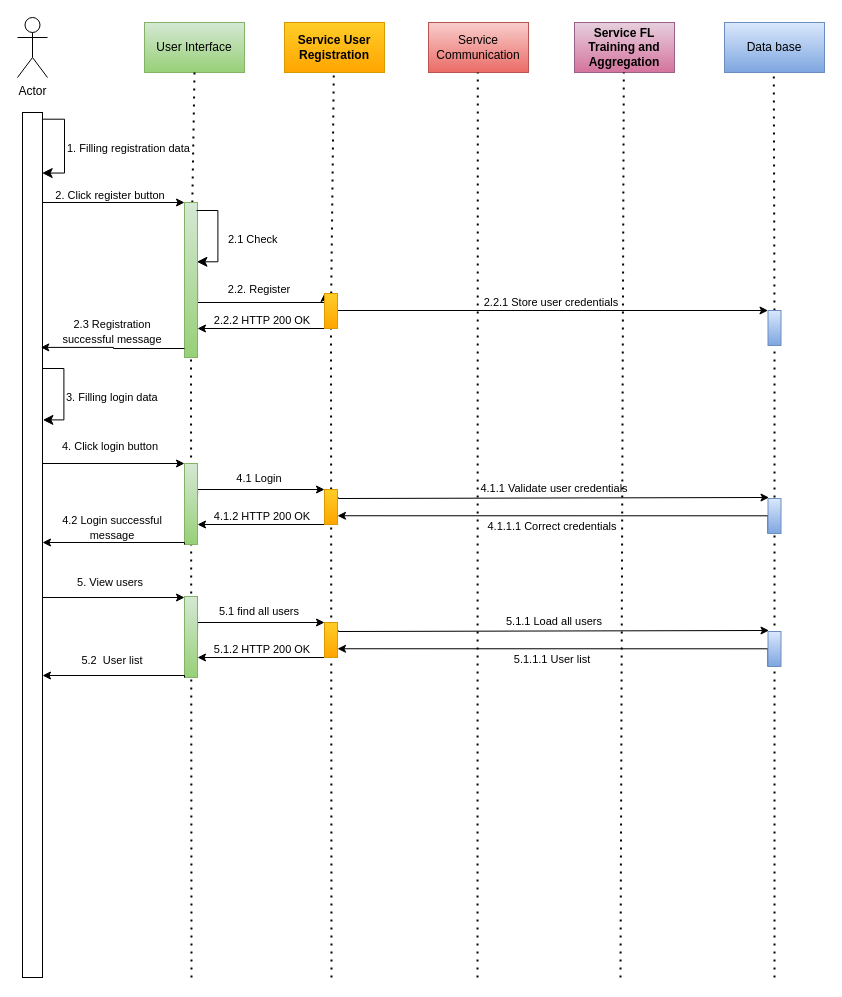
Above: Thesis/Process View.drawio in anandanlk/Drawings (draw.io), before the change. Source tidied: cells renumbered, new cells numbered last; positions are measured from the earlier drawing's top-left corner, leaving out a move shared by most shapes. Both pictures are drawn from the tidied source at 100%, with x=0, y=0 at pixel (17, 17).
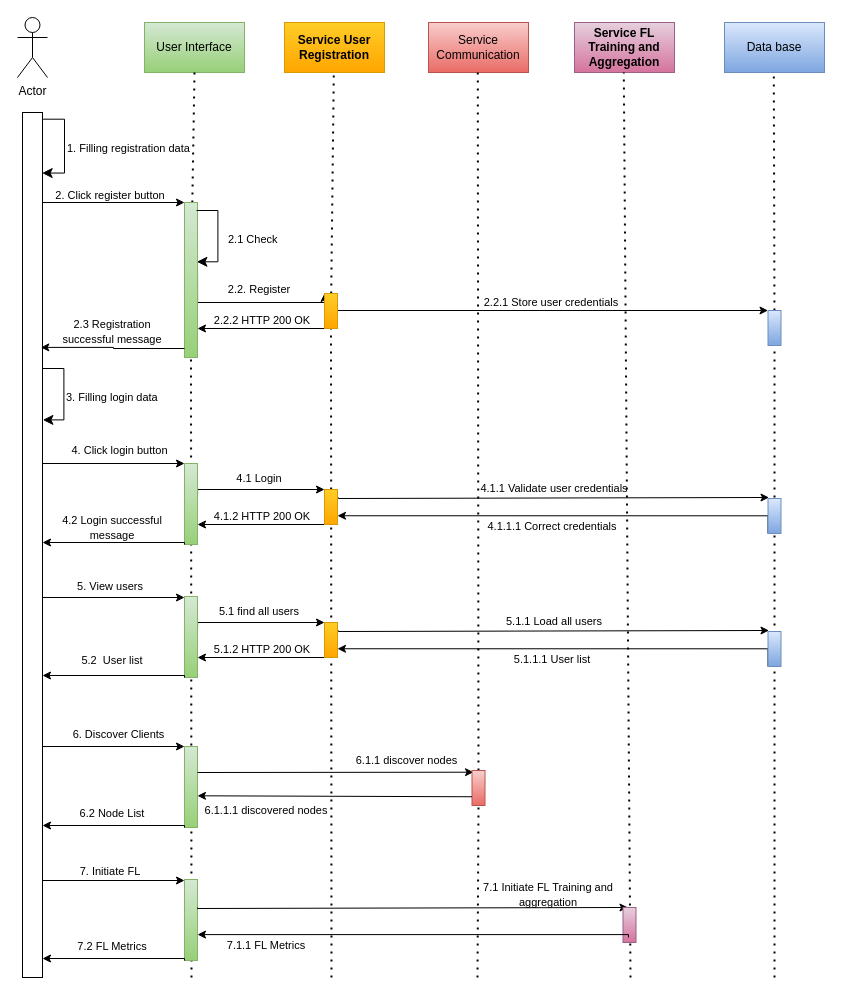
Above is the later version.

The edit, as a diff of the source:
```diff
@@
-    <mxCell id="12" style="endArrow=none;dashed=1;html=1;dashPattern=1 3;strokeWidth=2;rounded=0;entryX=0.5;entryY=1;entryDx=0;entryDy=0;" parent="1" edge="1">
+    <mxCell id="12" style="endArrow=none;dashed=1;html=1;dashPattern=1 3;strokeWidth=2;rounded=0;entryX=0.5;entryY=1;entryDx=0;entryDy=0;" parent="1" edge="1" source="85">
       <mxGeometry relative="1" as="geometry">
-        <mxPoint x="460" y="960" as="sourcePoint" />
         <mxPoint x="460.3" y="55" as="targetPoint" />
       </mxGeometry>
     </mxCell>
     <mxCell id="13" style="endArrow=none;dashed=1;html=1;dashPattern=1 3;strokeWidth=2;rounded=0;entryX=0.5;entryY=1;entryDx=0;entryDy=0;" parent="1" edge="1">
       <mxGeometry relative="1" as="geometry">
-        <mxPoint x="603" y="960" as="sourcePoint" />
+        <mxPoint x="613" y="960" as="sourcePoint" />
         <mxPoint x="606.3" y="55" as="targetPoint" />
       </mxGeometry>
     </mxCell>
@@
     <mxCell id="37" value="&lt;font style=&quot;font-size: 11px;&quot;&gt;4. Click login button&lt;/font&gt;" style="text;html=1;align=center;verticalAlign=middle;whiteSpace=wrap;rounded=0;" parent="1" vertex="1">
-      <mxGeometry x="18" y="417" width="150" height="23" as="geometry" />
+      <mxGeometry x="45" y="421" width="115" height="23" as="geometry" />
     </mxCell>
@@
     <mxCell id="51" value="&lt;font style=&quot;font-size: 11px;&quot;&gt;5. View users&lt;/font&gt;" style="text;html=1;align=center;verticalAlign=middle;whiteSpace=wrap;rounded=0;" parent="1" vertex="1">
-      <mxGeometry x="18" y="550" width="150" height="30" as="geometry" />
+      <mxGeometry x="18" y="554" width="150" height="30" as="geometry" />
     </mxCell>
@@
+    <mxCell id="66" style="edgeStyle=orthogonalEdgeStyle;rounded=0;jettySize=auto;html=1;entryX=0;entryY=0;entryDx=0;entryDy=0;" parent="1" edge="1" target="68">
+      <mxGeometry relative="1" as="geometry">
+        <mxPoint x="25" y="729" as="sourcePoint" />
+        <Array as="points">
+          <mxPoint x="25" y="729" />
+        </Array>
+      </mxGeometry>
+    </mxCell>
+    <mxCell id="67" value="&lt;font style=&quot;font-size: 11px;&quot;&gt;6. Discover Clients&lt;/font&gt;" style="text;html=1;align=center;verticalAlign=middle;whiteSpace=wrap;rounded=0;" parent="1" vertex="1">
+      <mxGeometry x="44" y="705" width="115" height="23" as="geometry" />
+    </mxCell>
+    <mxCell id="68" style="rounded=0;whiteSpace=wrap;html=1;fillColor=#d5e8d4;gradientColor=#97d077;strokeColor=#82b366;" parent="1" vertex="1">
+      <mxGeometry x="167" y="729" width="13" height="81" as="geometry" />
+    </mxCell>
+    <mxCell id="69" style="edgeStyle=orthogonalEdgeStyle;rounded=0;orthogonalLoop=1;jettySize=auto;html=1;" parent="1" edge="1">
+      <mxGeometry relative="1" as="geometry">
+        <mxPoint x="180" y="755" as="sourcePoint" />
+        <mxPoint x="456" y="754.7" as="targetPoint" />
+        <Array as="points">
+          <mxPoint x="180" y="755" />
+        </Array>
+      </mxGeometry>
+    </mxCell>
+    <mxCell id="70" style="edgeStyle=orthogonalEdgeStyle;rounded=0;jettySize=auto;html=1;exitX=0;exitY=1;exitDx=0;exitDy=0;entryX=0.988;entryY=0.427;entryDx=0;entryDy=0;entryPerimeter=0;" parent="1" edge="1" source="68">
+      <mxGeometry relative="1" as="geometry">
+        <mxPoint x="25" y="808" as="targetPoint" />
+        <Array as="points">
+          <mxPoint x="167" y="808" />
+        </Array>
+      </mxGeometry>
+    </mxCell>
+    <mxCell id="71" value="&lt;font style=&quot;font-size: 11px;&quot;&gt;6.2 Node List&lt;/font&gt;" style="text;html=1;align=center;verticalAlign=middle;whiteSpace=wrap;rounded=0;" parent="1" vertex="1">
+      <mxGeometry x="40" y="781" width="110" height="30" as="geometry" />
+    </mxCell>
+    <mxCell id="72" value="&lt;font style=&quot;font-size: 11px;&quot;&gt;7. Initiate FL&lt;/font&gt;" style="text;html=1;align=center;verticalAlign=middle;whiteSpace=wrap;rounded=0;" parent="1" vertex="1">
+      <mxGeometry x="18" y="839" width="150" height="30" as="geometry" />
+    </mxCell>
+    <mxCell id="73" style="rounded=0;whiteSpace=wrap;html=1;fillColor=#d5e8d4;gradientColor=#97d077;strokeColor=#82b366;" parent="1" vertex="1">
+      <mxGeometry x="167" y="862" width="13" height="81" as="geometry" />
+    </mxCell>
+    <mxCell id="74" style="edgeStyle=orthogonalEdgeStyle;rounded=0;orthogonalLoop=1;jettySize=auto;html=1;entryX=0;entryY=0;entryDx=0;entryDy=0;" parent="1" edge="1">
+      <mxGeometry relative="1" as="geometry">
+        <mxPoint x="180" y="890" as="sourcePoint" />
+        <mxPoint x="610.5" y="890" as="targetPoint" />
+        <Array as="points">
+          <mxPoint x="611" y="891" />
+        </Array>
+      </mxGeometry>
+    </mxCell>
+    <mxCell id="75" style="rounded=0;whiteSpace=wrap;html=1;fillColor=#e6d0de;strokeColor=#996185;gradientColor=#d5739d;" parent="1" vertex="1">
+      <mxGeometry x="605.5" y="890" width="13" height="35" as="geometry" />
+    </mxCell>
+    <mxCell id="76" style="edgeStyle=orthogonalEdgeStyle;rounded=0;orthogonalLoop=1;jettySize=auto;html=1;entryX=1;entryY=0.75;entryDx=0;entryDy=0;" parent="1" edge="1">
+      <mxGeometry relative="1" as="geometry">
+        <mxPoint x="611" y="920" as="sourcePoint" />
+        <mxPoint x="180" y="917.1" as="targetPoint" />
+        <Array as="points">
+          <mxPoint x="611" y="916.9" />
+        </Array>
+      </mxGeometry>
+    </mxCell>
+    <mxCell id="77" value="&lt;font style=&quot;font-size: 11px;&quot;&gt;7.1 Initiate FL Training and aggregation&lt;/font&gt;" style="text;html=1;align=center;verticalAlign=middle;whiteSpace=wrap;rounded=0;" parent="1" vertex="1">
+      <mxGeometry x="455.5" y="862" width="150" height="30" as="geometry" />
+    </mxCell>
+    <mxCell id="78" style="edgeStyle=orthogonalEdgeStyle;rounded=0;jettySize=auto;html=1;exitX=0;exitY=1;exitDx=0;exitDy=0;entryX=0.988;entryY=0.427;entryDx=0;entryDy=0;entryPerimeter=0;" parent="1" edge="1" source="73">
+      <mxGeometry relative="1" as="geometry">
+        <mxPoint x="25" y="941" as="targetPoint" />
+        <Array as="points">
+          <mxPoint x="167" y="941" />
+        </Array>
+      </mxGeometry>
+    </mxCell>
+    <mxCell id="79" value="&lt;font style=&quot;font-size: 11px;&quot;&gt;7.2 FL Metrics&lt;/font&gt;" style="text;html=1;align=center;verticalAlign=middle;whiteSpace=wrap;rounded=0;" parent="1" vertex="1">
+      <mxGeometry x="40" y="914" width="110" height="30" as="geometry" />
+    </mxCell>
+    <mxCell id="80" value="&lt;font style=&quot;font-size: 11px;&quot;&gt;7.1.1 FL Metrics&lt;/font&gt;" style="text;html=1;align=center;verticalAlign=middle;whiteSpace=wrap;rounded=0;" parent="1" vertex="1">
+      <mxGeometry x="173.5" y="913" width="150" height="30" as="geometry" />
+    </mxCell>
+    <mxCell id="81" style="edgeStyle=orthogonalEdgeStyle;rounded=0;orthogonalLoop=1;jettySize=auto;html=1;entryX=0;entryY=0;entryDx=0;entryDy=0;" parent="1" edge="1">
+      <mxGeometry relative="1" as="geometry">
+        <mxPoint x="25" y="863" as="sourcePoint" />
+        <mxPoint x="167" y="863" as="targetPoint" />
+        <Array as="points">
+          <mxPoint x="25" y="863" />
+        </Array>
+      </mxGeometry>
+    </mxCell>
+    <mxCell id="82" value="&lt;font style=&quot;font-size: 11px;&quot;&gt;6.1.1 discover nodes&lt;/font&gt;" style="text;html=1;align=center;verticalAlign=middle;whiteSpace=wrap;rounded=0;" parent="1" vertex="1">
+      <mxGeometry x="323.5" y="728" width="131" height="30" as="geometry" />
+    </mxCell>
+    <mxCell id="83" value="&lt;font style=&quot;font-size: 11px;&quot;&gt;6.1.1.1 discovered nodes&lt;/font&gt;" style="text;html=1;align=center;verticalAlign=middle;whiteSpace=wrap;rounded=0;" parent="1" vertex="1">
+      <mxGeometry x="173.5" y="778" width="150" height="30" as="geometry" />
+    </mxCell>
+    <mxCell id="84" style="endArrow=none;dashed=1;html=1;dashPattern=1 3;strokeWidth=2;rounded=0;entryX=0.5;entryY=1;entryDx=0;entryDy=0;" parent="1" edge="1" target="85">
+      <mxGeometry relative="1" as="geometry">
+        <mxPoint x="460" y="960" as="sourcePoint" />
+      </mxGeometry>
+    </mxCell>
+    <mxCell id="85" style="rounded=0;whiteSpace=wrap;html=1;fillColor=#f8cecc;strokeColor=#b85450;gradientColor=#ea6b66;" parent="1" vertex="1">
+      <mxGeometry x="454.5" y="753" width="13" height="35" as="geometry" />
+    </mxCell>
+    <mxCell id="86" style="edgeStyle=orthogonalEdgeStyle;rounded=0;jettySize=auto;html=1;startArrow=classic;startFill=1;endArrow=none;endFill=0;entryX=0;entryY=0.75;entryDx=0;entryDy=0;" parent="1" edge="1" target="85">
+      <mxGeometry relative="1" as="geometry">
+        <mxPoint x="180" y="778.3" as="sourcePoint" />
+        <Array as="points">
+          <mxPoint x="455" y="778" />
+        </Array>
+      </mxGeometry>
+    </mxCell>
```
